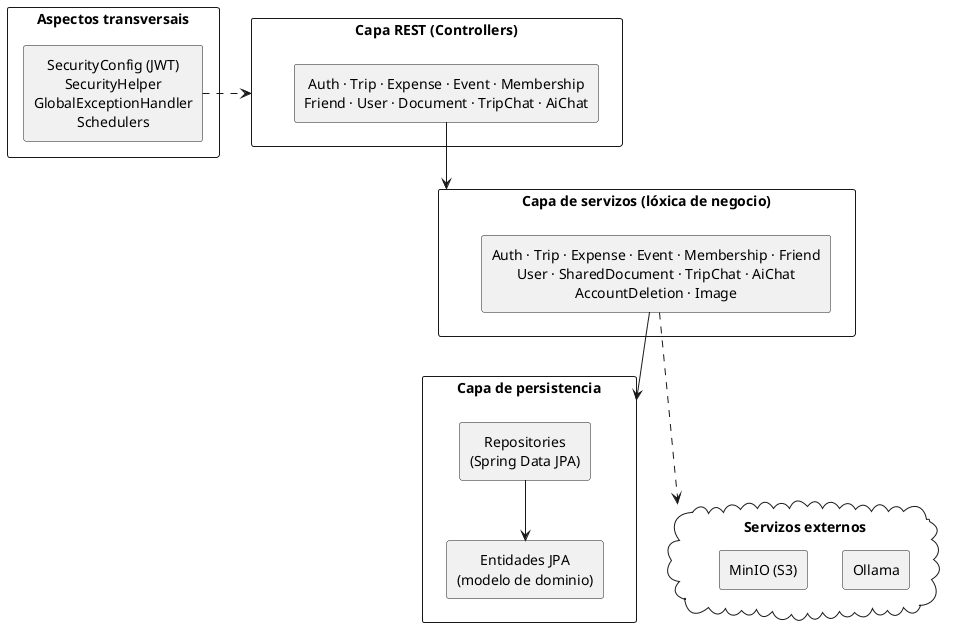
Before: memoria/diagrams/backend-componentes.png, a diagram exported from PlantUML (JorgeOteroPailos/tfg). The source it was exported from:
```plantuml
@startuml backend-componentes
skinparam shadowing false
skinparam componentStyle rectangle
skinparam packageStyle rectangle
skinparam defaultTextAlignment center
top to bottom direction

package "Capa REST (Controllers)" as L1 {
  component "Auth · Trip · Expense · Event · Membership\nFriend · User · Document · TripChat · AiChat" as ctrls
}

package "Capa de servizos (lóxica de negocio)" as L2 {
  component "Auth · Trip · Expense · Event · Membership · Friend\nUser · SharedDocument · TripChat · AiChat\nAccountDeletion · Image" as svcs
}

package "Capa de persistencia" as L3 {
  component "Repositories\n(Spring Data JPA)" as repos
  component "Entidades JPA\n(modelo de dominio)" as model
}

package "Aspectos transversais" as X {
  component "SecurityConfig (JWT)\nSecurityHelper\nGlobalExceptionHandler\nSchedulers" as cross
}

cloud "Servizos externos" as ext {
  component "Ollama" as ollama
  component "MinIO (S3)" as minio
}

ctrls --> L2
svcs --> L3
repos --> model
svcs .down.> ext
L3 -[hidden]down-> ext
cross .right.> L1
@enduml
```
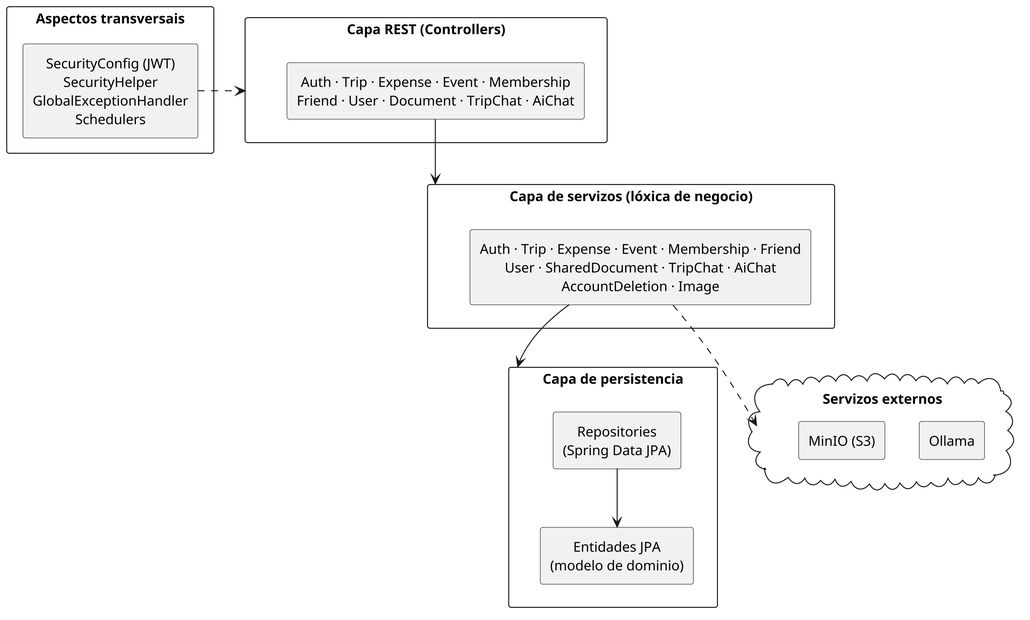
After the commit.

What changed in the source:
```diff
@@ -1,4 +1,5 @@
 @startuml backend-componentes
+skinparamlocked dpi 300
 skinparam shadowing false
 skinparam componentStyle rectangle
 skinparam packageStyle rectangle
@@ -30,7 +31,6 @@
 ctrls --> L2
 svcs --> L3
 repos --> model
-svcs .down.> ext
-L3 -[hidden]down-> ext
+svcs ..> ext
 cross .right.> L1
 @enduml
```
